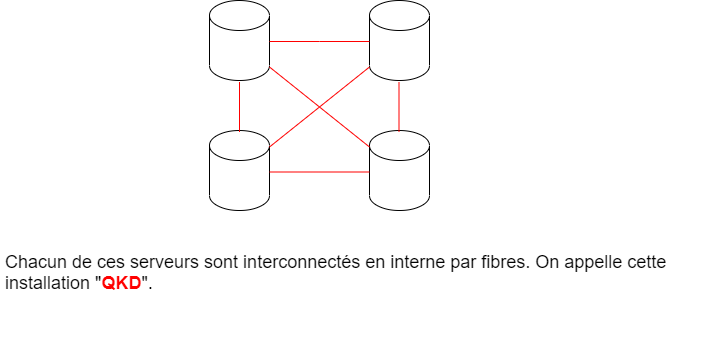
Above: img/Schemas QKD 1.drawio.png in LorenzoMuscio/WSquantique (draw.io), before the change. Source tidied: cells renumbered, new cells last; positions are measured from the earlier drawing's top-left corner, leaving out a move shared by most shapes. Its diagram source:
```xml
<mxGraphModel>
  <root>
    <mxCell id="0" />
    <mxCell id="1" parent="0" />
    <mxCell id="2" style="shape=cylinder3;whiteSpace=wrap;html=1;boundedLbl=1;backgroundOutline=1;size=15;" parent="1" vertex="1">
      <mxGeometry x="209" width="60" height="80" as="geometry" />
    </mxCell>
    <mxCell id="3" style="shape=cylinder3;whiteSpace=wrap;html=1;boundedLbl=1;backgroundOutline=1;size=15;" parent="1" vertex="1">
      <mxGeometry x="209" y="130" width="60" height="80" as="geometry" />
    </mxCell>
    <mxCell id="4" style="shape=cylinder3;whiteSpace=wrap;html=1;boundedLbl=1;backgroundOutline=1;size=15;" parent="1" vertex="1">
      <mxGeometry x="369" width="60" height="80" as="geometry" />
    </mxCell>
    <mxCell id="5" style="shape=cylinder3;whiteSpace=wrap;html=1;boundedLbl=1;backgroundOutline=1;size=15;" parent="1" vertex="1">
      <mxGeometry x="369" y="130" width="60" height="80" as="geometry" />
    </mxCell>
    <mxCell id="6" value="&lt;br&gt;Chacun de ces serveurs sont interconnectés en interne par fibres. On appelle cette installation &quot;&lt;b style=&quot;color: rgb(255 , 0 , 0)&quot;&gt;QKD&lt;/b&gt;&quot;.&lt;font color=&quot;#ff0000&quot;&gt;&amp;nbsp;&lt;/font&gt;" style="text;html=1;strokeColor=none;fillColor=none;spacing=5;spacingTop=-20;whiteSpace=wrap;overflow=hidden;rounded=0;fontSize=18;" parent="1" vertex="1">
      <mxGeometry y="240" width="700" height="120" as="geometry" />
    </mxCell>
    <mxCell id="7" style="endArrow=none;html=1;rounded=0;exitX=1;exitY=0;exitDx=0;exitDy=15;exitPerimeter=0;entryX=0;entryY=1;entryDx=0;entryDy=-15;entryPerimeter=0;strokeColor=#FF0000;" parent="1" edge="1">
      <mxGeometry relative="1" as="geometry">
        <mxPoint x="269" y="146.5" as="sourcePoint" />
        <mxPoint x="369" y="66.5" as="targetPoint" />
      </mxGeometry>
    </mxCell>
    <mxCell id="8" style="endArrow=none;html=1;rounded=0;exitX=1;exitY=1;exitDx=0;exitDy=-15;exitPerimeter=0;entryX=0;entryY=0;entryDx=0;entryDy=15;entryPerimeter=0;strokeColor=#FF0000;" parent="1" edge="1">
      <mxGeometry relative="1" as="geometry">
        <mxPoint x="269" y="66.5" as="sourcePoint" />
        <mxPoint x="369" y="146.5" as="targetPoint" />
      </mxGeometry>
    </mxCell>
    <mxCell id="9" style="endArrow=none;html=1;rounded=0;exitX=1;exitY=0;exitDx=0;exitDy=52.5;exitPerimeter=0;strokeColor=#FF0000;" parent="1" edge="1">
      <mxGeometry relative="1" as="geometry">
        <mxPoint x="239" y="81.5" as="sourcePoint" />
        <mxPoint x="239" y="131.5" as="targetPoint" />
      </mxGeometry>
    </mxCell>
    <mxCell id="10" style="endArrow=none;html=1;rounded=0;exitX=1;exitY=0;exitDx=0;exitDy=52.5;exitPerimeter=0;strokeColor=#FF0000;" parent="1" edge="1">
      <mxGeometry relative="1" as="geometry">
        <mxPoint x="398.5" y="81.5" as="sourcePoint" />
        <mxPoint x="398.5" y="131.5" as="targetPoint" />
      </mxGeometry>
    </mxCell>
    <mxCell id="11" style="endArrow=none;html=1;rounded=0;exitX=0;exitY=0.5;exitDx=0;exitDy=0;exitPerimeter=0;entryX=1;entryY=0.5;entryDx=0;entryDy=0;entryPerimeter=0;strokeColor=#FF0000;" parent="1" edge="1">
      <mxGeometry relative="1" as="geometry">
        <mxPoint x="369" y="171.5" as="sourcePoint" />
        <mxPoint x="269" y="171.5" as="targetPoint" />
      </mxGeometry>
    </mxCell>
    <mxCell id="12" style="endArrow=none;html=1;rounded=0;exitX=0;exitY=0.5;exitDx=0;exitDy=0;exitPerimeter=0;entryX=1;entryY=0.5;entryDx=0;entryDy=0;entryPerimeter=0;strokeColor=#FF0000;" parent="1" edge="1">
      <mxGeometry relative="1" as="geometry">
        <mxPoint x="369" y="41" as="sourcePoint" />
        <mxPoint x="269" y="41" as="targetPoint" />
        <Array as="points">
          <mxPoint x="319" y="41" />
        </Array>
      </mxGeometry>
    </mxCell>
  </root>
</mxGraphModel>
```
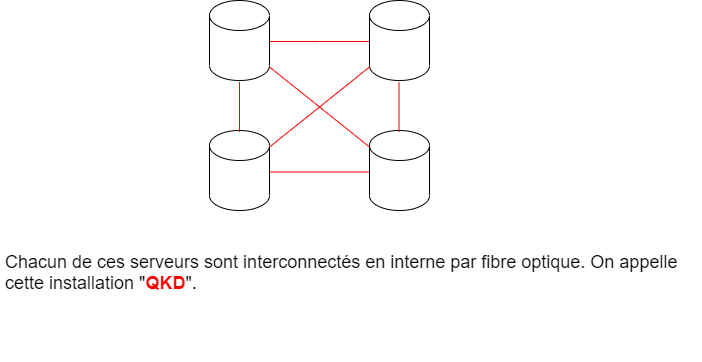
The same file after the commit.

The edit, as a diff of the source:
```diff
@@ -14,7 +14,7 @@
     <mxCell id="5" style="shape=cylinder3;whiteSpace=wrap;html=1;boundedLbl=1;backgroundOutline=1;size=15;" parent="1" vertex="1">
       <mxGeometry x="369" y="130" width="60" height="80" as="geometry" />
     </mxCell>
-    <mxCell id="6" value="&lt;br&gt;Chacun de ces serveurs sont interconnectés en interne par fibres. On appelle cette installation &quot;&lt;b style=&quot;color: rgb(255 , 0 , 0)&quot;&gt;QKD&lt;/b&gt;&quot;.&lt;font color=&quot;#ff0000&quot;&gt;&amp;nbsp;&lt;/font&gt;" style="text;html=1;strokeColor=none;fillColor=none;spacing=5;spacingTop=-20;whiteSpace=wrap;overflow=hidden;rounded=0;fontSize=18;" parent="1" vertex="1">
+    <mxCell id="6" value="&lt;br&gt;Chacun de ces serveurs sont interconnectés en interne par fibre optique. On appelle cette installation &quot;&lt;b style=&quot;color: rgb(255 , 0 , 0)&quot;&gt;QKD&lt;/b&gt;&quot;.&lt;font color=&quot;#ff0000&quot;&gt;&amp;nbsp;&lt;/font&gt;" style="text;html=1;strokeColor=none;fillColor=none;spacing=5;spacingTop=-20;whiteSpace=wrap;overflow=hidden;rounded=0;fontSize=18;" parent="1" vertex="1">
       <mxGeometry y="240" width="700" height="120" as="geometry" />
     </mxCell>
     <mxCell id="7" style="endArrow=none;html=1;rounded=0;exitX=1;exitY=0;exitDx=0;exitDy=15;exitPerimeter=0;entryX=0;entryY=1;entryDx=0;entryDy=-15;entryPerimeter=0;strokeColor=#FF0000;" parent="1" edge="1">
```
